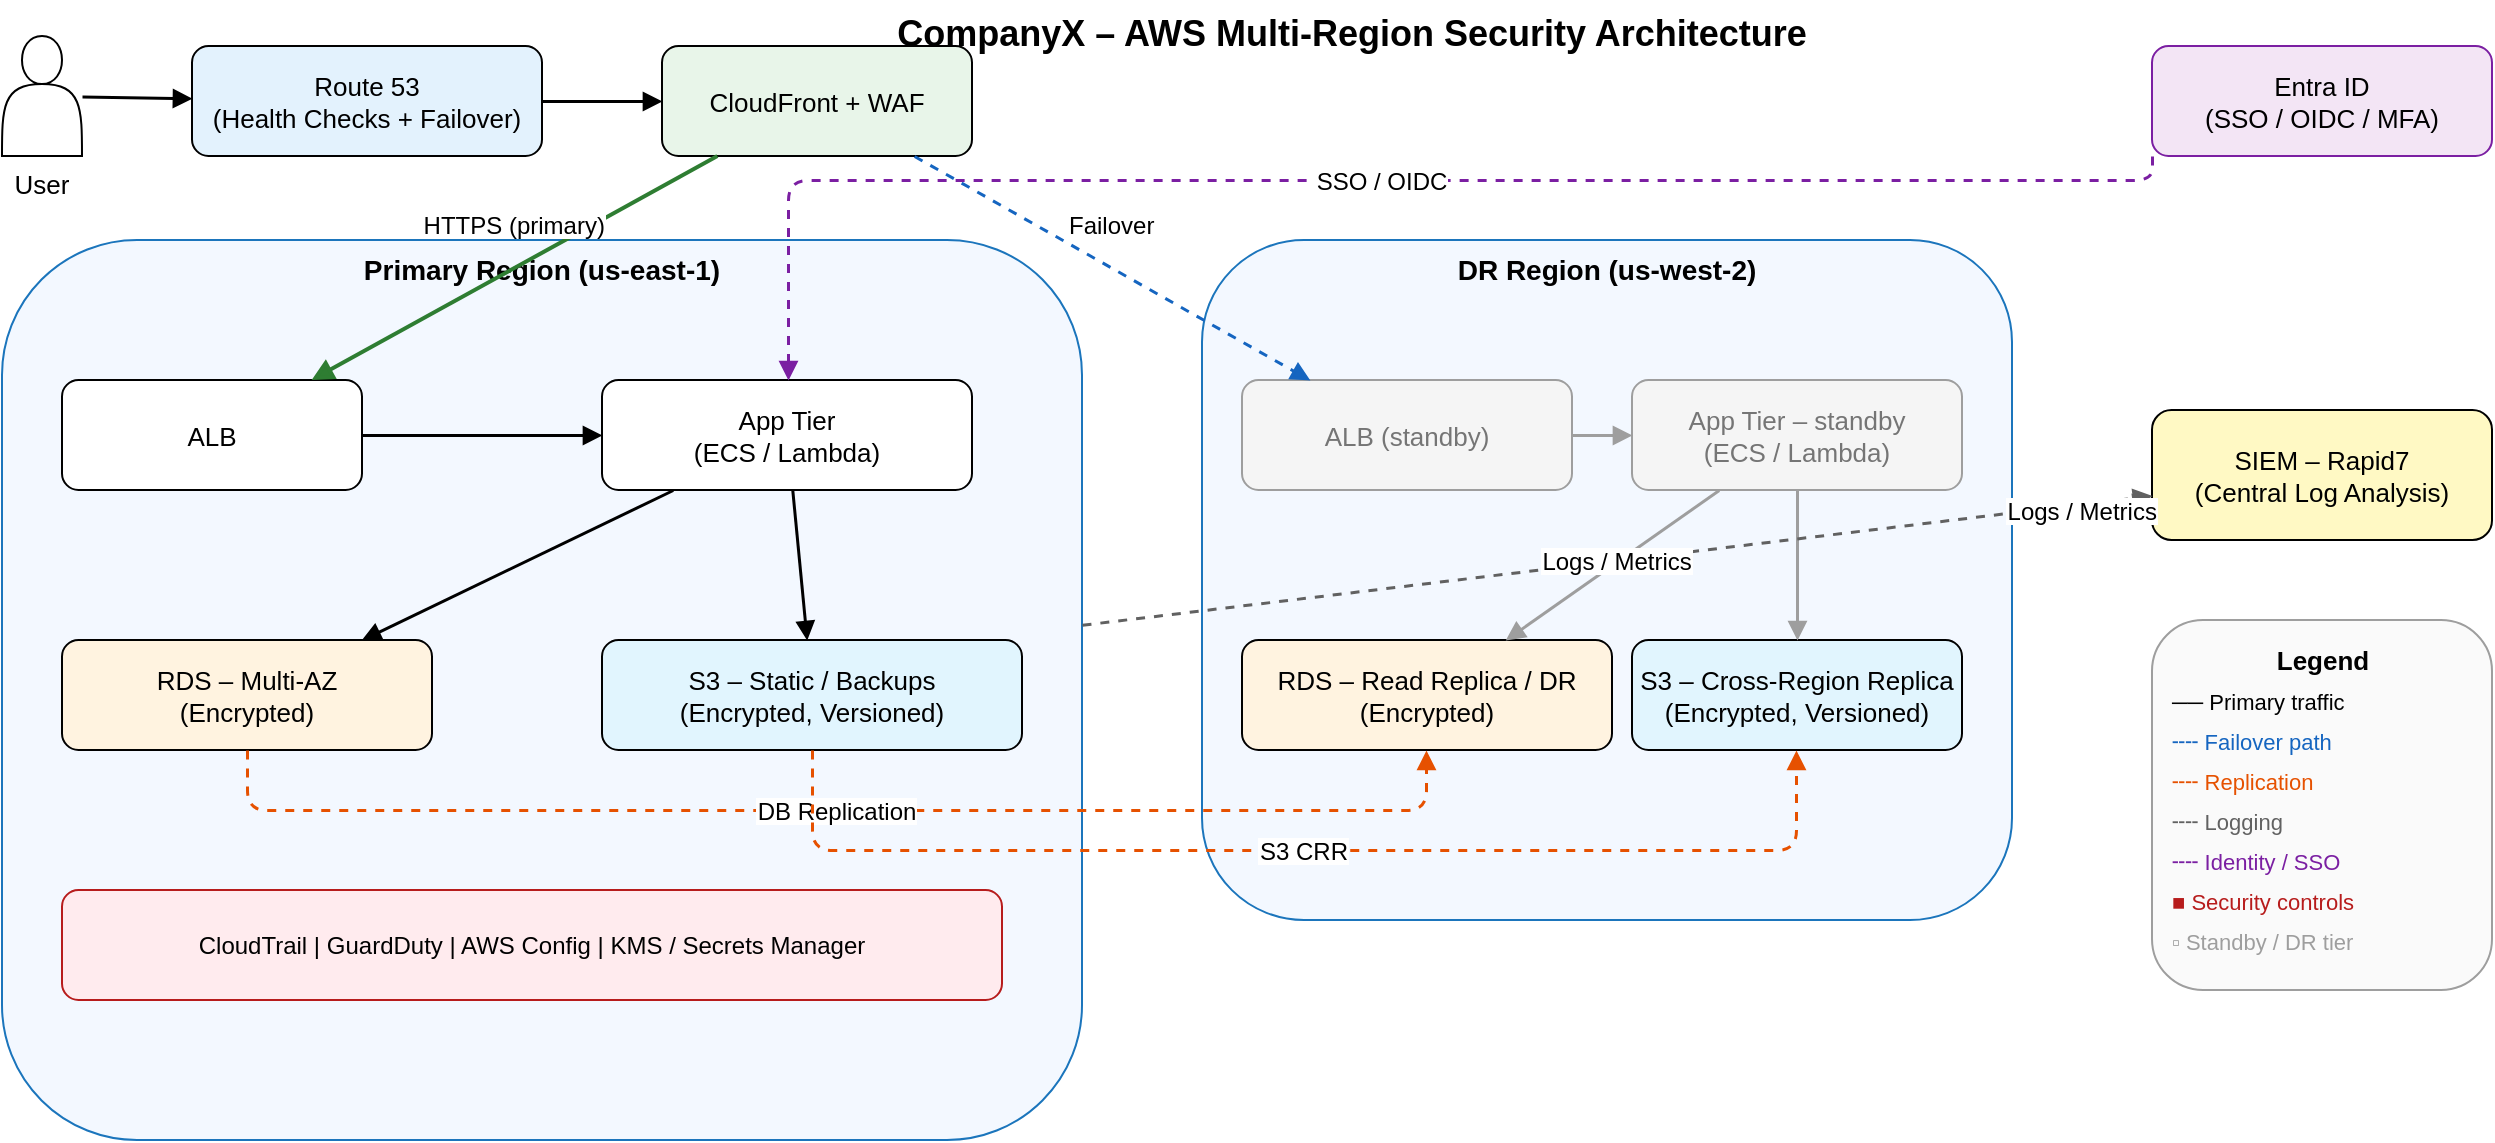
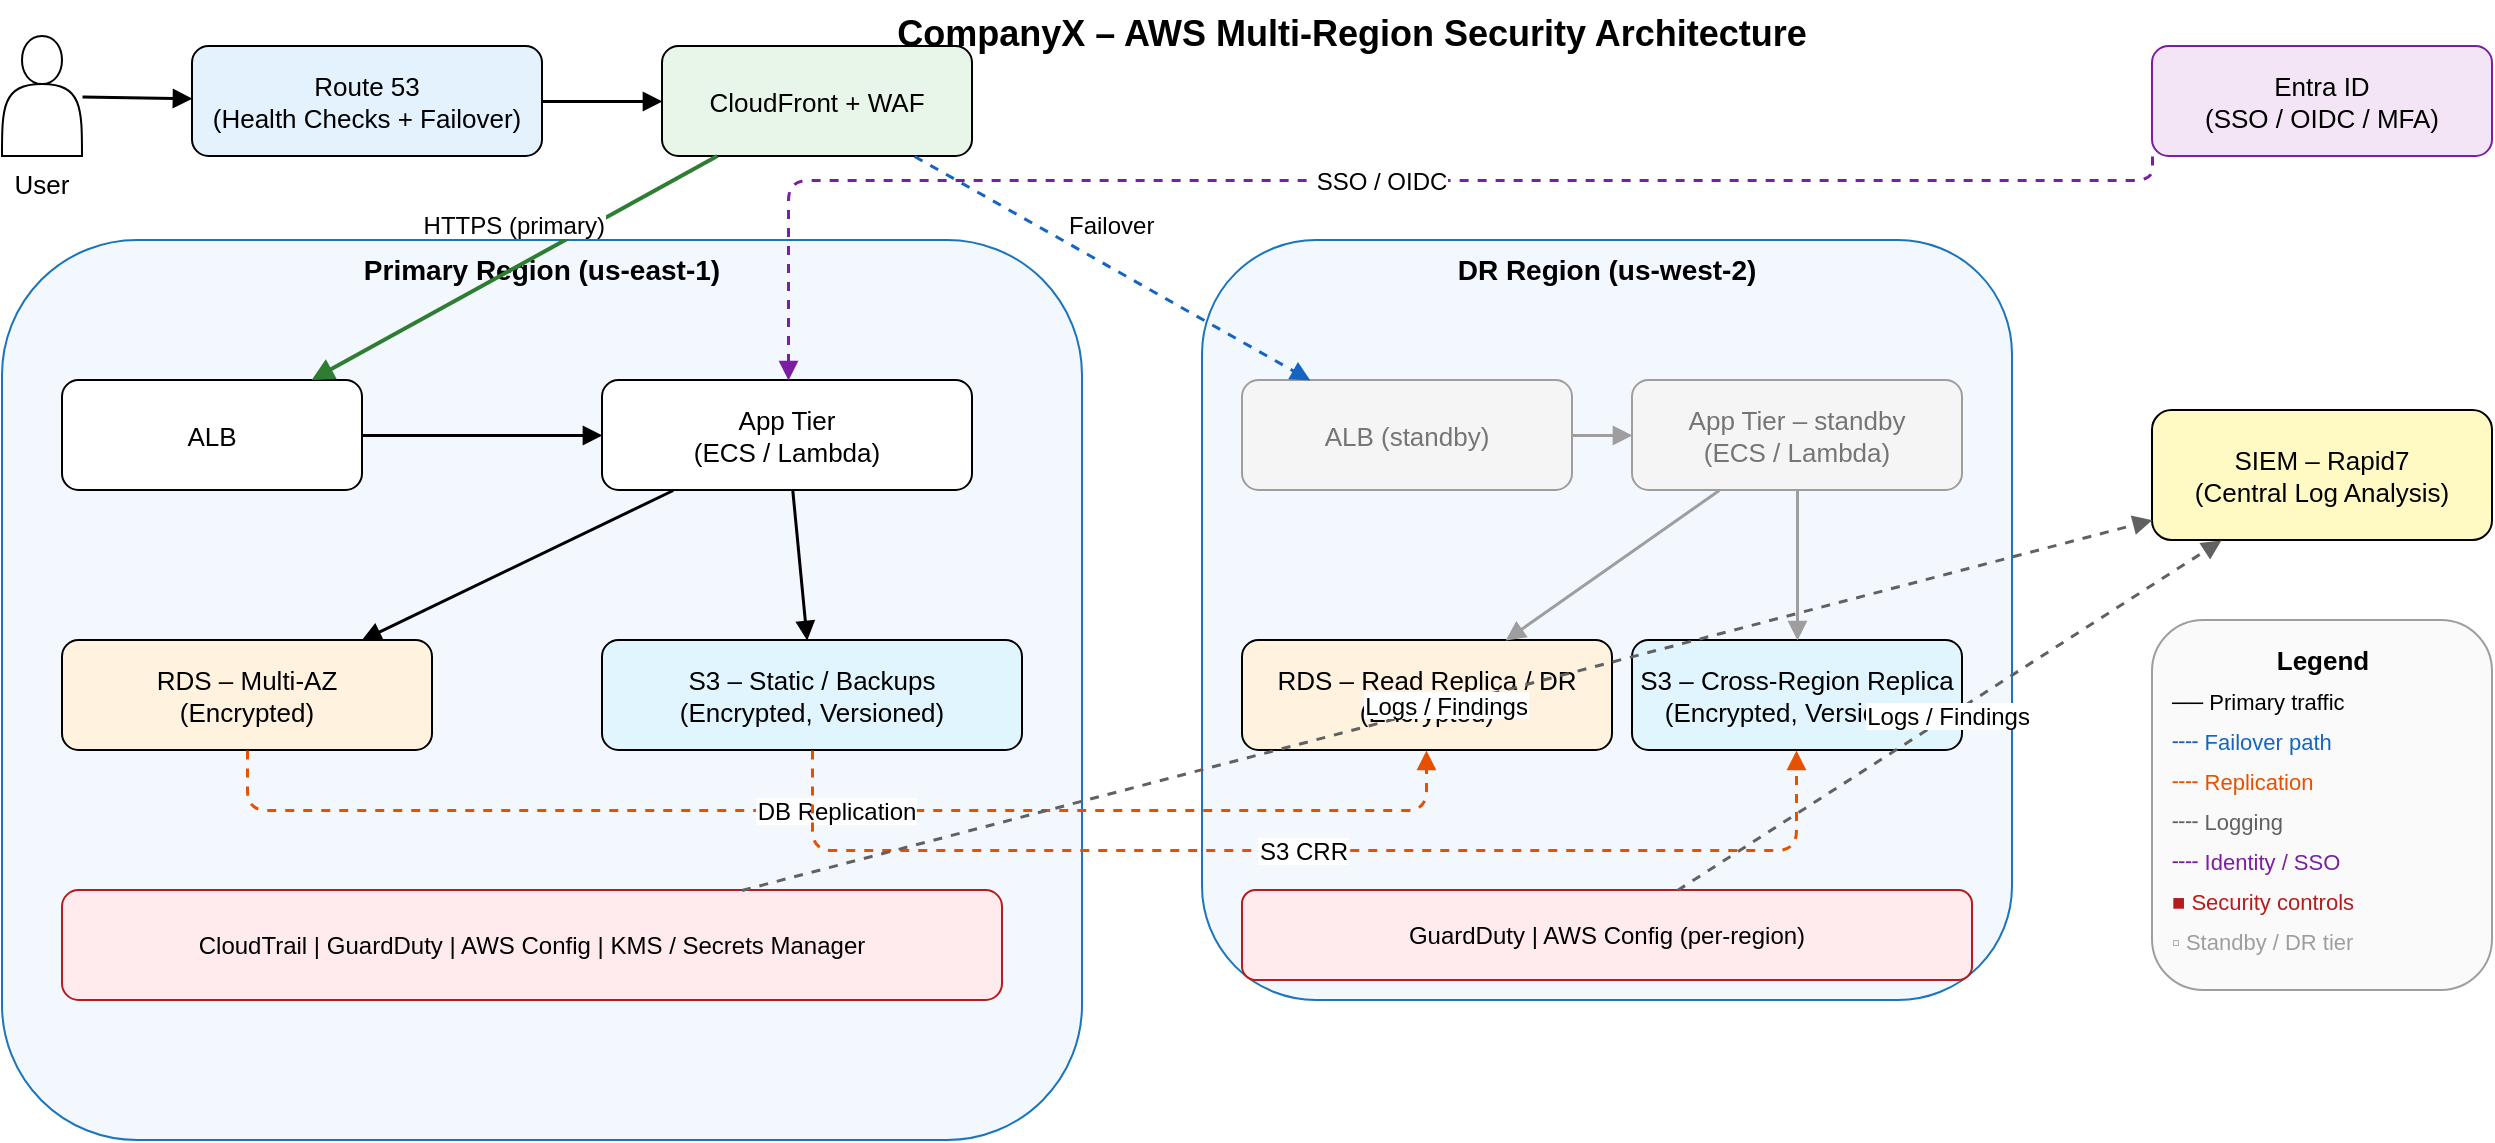
<mxfile host="Electron" agent="Mozilla/5.0 (Macintosh; Intel Mac OS X 10_15_7) AppleWebKit/537.36 (KHTML, like Gecko) draw.io/29.0.3 Chrome/140.0.7339.249 Electron/38.7.0 Safari/537.36" version="29.0.3">
  <diagram name="AWS Security Architecture" id="ISMS-AWS-Architecture">
    <mxGraphModel dx="1200" dy="800" grid="1" gridSize="10" guides="1" tooltips="1" connect="1" arrows="1" fold="1" page="1" pageScale="1" pageWidth="1400" pageHeight="900" math="0" shadow="0">
      <root>
        <mxCell id="0" />
        <mxCell id="1" parent="0" />

        <!-- Title -->
        <mxCell id="title" value="CompanyX – AWS Multi-Region Security Architecture" style="text;fontSize=18;fontStyle=1;whiteSpace=wrap;html=1;align=center;" vertex="1" parent="1">
          <mxGeometry x="430" y="10" width="540" height="30" as="geometry" />
        </mxCell>

        <!-- Internet User -->
        <mxCell id="user" value="User" style="shape=actor;whiteSpace=wrap;html=1;labelPosition=center;verticalLabelPosition=bottom;align=center;verticalAlign=top;fontSize=13;" vertex="1" parent="1">
          <mxGeometry x="25" y="28" width="40" height="60" as="geometry" />
        </mxCell>

        <!-- Route 53 -->
        <mxCell id="r53" value="Route 53&#xa;(Health Checks + Failover)" style="rounded=1;whiteSpace=wrap;html=1;strokeColor=#000000;fillColor=#E3F2FD;fontSize=13;" vertex="1" parent="1">
          <mxGeometry x="120" y="33" width="175" height="55" as="geometry" />
        </mxCell>

        <!-- CloudFront + WAF -->
        <mxCell id="cf" value="CloudFront + WAF" style="rounded=1;whiteSpace=wrap;html=1;strokeColor=#000000;fillColor=#E8F5E9;fontSize=13;" vertex="1" parent="1">
          <mxGeometry x="355" y="33" width="155" height="55" as="geometry" />
        </mxCell>

        <!-- Entra ID -->
        <mxCell id="entra" value="Entra ID&#xa;(SSO / OIDC / MFA)" style="rounded=1;whiteSpace=wrap;html=1;strokeColor=#7B1FA2;fillColor=#F3E5F5;fontSize=13;" vertex="1" parent="1">
          <mxGeometry x="1100" y="33" width="170" height="55" as="geometry" />
        </mxCell>

        <!-- SIEM -->
        <mxCell id="siem" value="SIEM – Rapid7&#xa;(Central Log Analysis)" style="rounded=1;whiteSpace=wrap;html=1;strokeColor=#000000;fillColor=#FFF9C4;fontSize=13;" vertex="1" parent="1">
          <mxGeometry x="1100" y="215" width="170" height="65" as="geometry" />
        </mxCell>

        <!-- PRIMARY REGION A -->
        <mxCell id="regionA" value="Primary Region (us-east-1)" style="rounded=1;whiteSpace=wrap;html=1;strokeColor=#1B75BC;fillColor=#F3F8FF;fontSize=14;fontStyle=1;verticalAlign=top;" vertex="1" parent="1">
          <mxGeometry x="25" y="130" width="540" height="450" as="geometry" />
        </mxCell>

        <!-- Region A: ALB -->
        <mxCell id="albA" value="ALB" style="rounded=1;whiteSpace=wrap;html=1;strokeColor=#000000;fillColor=#FFFFFF;fontSize=13;" vertex="1" parent="regionA">
          <mxGeometry x="30" y="70" width="150" height="55" as="geometry" />
        </mxCell>

        <!-- Region A: App Tier -->
        <mxCell id="appA" value="App Tier&#xa;(ECS / Lambda)" style="rounded=1;whiteSpace=wrap;html=1;strokeColor=#000000;fillColor=#FFFFFF;fontSize=13;" vertex="1" parent="regionA">
          <mxGeometry x="300" y="70" width="185" height="55" as="geometry" />
        </mxCell>

        <!-- Region A: RDS -->
        <mxCell id="rdsA" value="RDS – Multi-AZ&#xa;(Encrypted)" style="rounded=1;whiteSpace=wrap;html=1;strokeColor=#000000;fillColor=#FFF3E0;fontSize=13;" vertex="1" parent="regionA">
          <mxGeometry x="30" y="200" width="185" height="55" as="geometry" />
        </mxCell>

        <!-- Region A: S3 -->
        <mxCell id="s3A" value="S3 – Static / Backups&#xa;(Encrypted, Versioned)" style="rounded=1;whiteSpace=wrap;html=1;strokeColor=#000000;fillColor=#E1F5FE;fontSize=13;" vertex="1" parent="regionA">
          <mxGeometry x="300" y="200" width="210" height="55" as="geometry" />
        </mxCell>

        <!-- Region A: Security Controls Bar -->
        <mxCell id="secA" value="CloudTrail   |   GuardDuty   |   AWS Config   |   KMS / Secrets Manager" style="rounded=1;whiteSpace=wrap;html=1;strokeColor=#B71C1C;fillColor=#FFEBEE;fontSize=12;" vertex="1" parent="regionA">
          <mxGeometry x="30" y="325" width="470" height="55" as="geometry" />
        </mxCell>

        <!-- Region A internal edges -->
        <mxCell id="eA1" style="endArrow=block;strokeColor=#000000;strokeWidth=1.5;" edge="1" parent="regionA" source="albA" target="appA">
          <mxGeometry relative="1" as="geometry" />
        </mxCell>
        <mxCell id="eA2" style="endArrow=block;strokeColor=#000000;strokeWidth=1.5;" edge="1" parent="regionA" source="appA" target="rdsA">
          <mxGeometry relative="1" as="geometry" />
        </mxCell>
        <mxCell id="eA3" style="endArrow=block;strokeColor=#000000;strokeWidth=1.5;" edge="1" parent="regionA" source="appA" target="s3A">
          <mxGeometry relative="1" as="geometry" />
        </mxCell>

        <!-- DR REGION B -->
        <mxCell id="regionB" value="DR Region (us-west-2)" style="rounded=1;whiteSpace=wrap;html=1;strokeColor=#1B75BC;fillColor=#F3F8FF;fontSize=14;fontStyle=1;verticalAlign=top;" vertex="1" parent="1">
-           <mxGeometry x="625" y="130" width="405" height="340" as="geometry" />
+           <mxGeometry x="625" y="130" width="405" height="380" as="geometry" />
        </mxCell>

        <!-- Region B: ALB (standby) -->
        <mxCell id="albB" value="ALB (standby)" style="rounded=1;whiteSpace=wrap;html=1;strokeColor=#9E9E9E;fillColor=#F5F5F5;fontSize=13;fontColor=#757575;" vertex="1" parent="regionB">
          <mxGeometry x="20" y="70" width="165" height="55" as="geometry" />
        </mxCell>

        <!-- Region B: App Tier (standby) -->
        <mxCell id="appB" value="App Tier – standby&#xa;(ECS / Lambda)" style="rounded=1;whiteSpace=wrap;html=1;strokeColor=#9E9E9E;fillColor=#F5F5F5;fontSize=13;fontColor=#757575;" vertex="1" parent="regionB">
          <mxGeometry x="215" y="70" width="165" height="55" as="geometry" />
        </mxCell>

        <!-- Region B: RDS Replica -->
        <mxCell id="rdsB" value="RDS – Read Replica / DR&#xa;(Encrypted)" style="rounded=1;whiteSpace=wrap;html=1;strokeColor=#000000;fillColor=#FFF3E0;fontSize=13;" vertex="1" parent="regionB">
          <mxGeometry x="20" y="200" width="185" height="55" as="geometry" />
        </mxCell>

        <!-- Region B: S3 CRR -->
        <mxCell id="s3B" value="S3 – Cross-Region Replica&#xa;(Encrypted, Versioned)" style="rounded=1;whiteSpace=wrap;html=1;strokeColor=#000000;fillColor=#E1F5FE;fontSize=13;" vertex="1" parent="regionB">
          <mxGeometry x="215" y="200" width="165" height="55" as="geometry" />
+         </mxCell>
+ 
+         <!-- Region B: Security Controls Bar -->
+         <mxCell id="secB" value="GuardDuty   |   AWS Config (per-region)" style="rounded=1;whiteSpace=wrap;html=1;strokeColor=#B71C1C;fillColor=#FFEBEE;fontSize=12;" vertex="1" parent="regionB">
+           <mxGeometry x="20" y="325" width="365" height="45" as="geometry" />
        </mxCell>

        <!-- Region B internal edges -->
        <mxCell id="eB1" style="endArrow=block;strokeColor=#9E9E9E;strokeWidth=1.5;" edge="1" parent="regionB" source="albB" target="appB">
          <mxGeometry relative="1" as="geometry" />
        </mxCell>
        <mxCell id="eB2" style="endArrow=block;strokeColor=#9E9E9E;strokeWidth=1.5;" edge="1" parent="regionB" source="appB" target="rdsB">
          <mxGeometry relative="1" as="geometry" />
        </mxCell>
        <mxCell id="eB3" style="endArrow=block;strokeColor=#9E9E9E;strokeWidth=1.5;" edge="1" parent="regionB" source="appB" target="s3B">
          <mxGeometry relative="1" as="geometry" />
        </mxCell>

        <!-- Traffic flow: User → Route 53 → CloudFront -->
        <mxCell id="e-user-r53" style="endArrow=block;strokeColor=#000000;strokeWidth=1.5;" edge="1" parent="1" source="user" target="r53">
          <mxGeometry relative="1" as="geometry" />
        </mxCell>
        <mxCell id="e-r53-cf" style="endArrow=block;strokeColor=#000000;strokeWidth=1.5;" edge="1" parent="1" source="r53" target="cf">
          <mxGeometry relative="1" as="geometry" />
        </mxCell>

        <!-- CloudFront → ALB A (primary) -->
        <mxCell id="e-cf-albA" value="HTTPS (primary)" style="endArrow=block;strokeColor=#2E7D32;strokeWidth=2;labelBackgroundColor=#FFFFFF;fontSize=12;" edge="1" parent="1" source="cf" target="albA">
          <mxGeometry relative="1" as="geometry">
            <mxPoint as="offset" x="0" y="-22" />
          </mxGeometry>
        </mxCell>

        <!-- CloudFront → ALB B (failover) -->
        <mxCell id="e-cf-albB" value="Failover" style="endArrow=block;dashed=1;strokeColor=#1565C0;strokeWidth=1.5;labelBackgroundColor=#FFFFFF;fontSize=12;" edge="1" parent="1" source="cf" target="albB">
          <mxGeometry relative="1" as="geometry">
            <mxPoint as="offset" x="0" y="-22" />
          </mxGeometry>
        </mxCell>

        <!-- Cross-region: DB Replication (routed below data tier) -->
        <mxCell id="e-rds-rep" value="DB Replication" style="endArrow=block;dashed=1;strokeColor=#E65100;strokeWidth=1.5;labelBackgroundColor=#FFFFFF;fontSize=12;edgeStyle=orthogonalEdgeStyle;" edge="1" parent="1" source="rdsA" target="rdsB">
          <mxGeometry relative="1" as="geometry">
            <Array as="points">
              <mxPoint x="147" y="415" />
              <mxPoint x="737" y="415" />
            </Array>
          </mxGeometry>
        </mxCell>

        <!-- Cross-region: S3 CRR (routed below data tier) -->
        <mxCell id="e-s3-crr" value="S3 CRR" style="endArrow=block;dashed=1;strokeColor=#E65100;strokeWidth=1.5;labelBackgroundColor=#FFFFFF;fontSize=12;edgeStyle=orthogonalEdgeStyle;" edge="1" parent="1" source="s3A" target="s3B">
          <mxGeometry relative="1" as="geometry">
            <Array as="points">
              <mxPoint x="430" y="435" />
              <mxPoint x="922" y="435" />
            </Array>
          </mxGeometry>
        </mxCell>

-         <!-- Logging: Region A → SIEM -->
-         <mxCell id="e-logA" value="Logs / Metrics" style="endArrow=block;dashed=1;strokeColor=#616161;strokeWidth=1.5;labelBackgroundColor=#FFFFFF;fontSize=12;" edge="1" parent="1" source="regionA" target="siem">
-           <mxGeometry relative="1" as="geometry" />
-         </mxCell>
- 
-         <!-- Logging: Region B → SIEM -->
-         <mxCell id="e-logB" value="Logs / Metrics" style="endArrow=block;dashed=1;strokeColor=#616161;strokeWidth=1.5;labelBackgroundColor=#FFFFFF;fontSize=12;" edge="1" parent="1" source="regionB" target="siem">
+         <!-- Logging: Security controls (Region A) → SIEM -->
+         <mxCell id="e-logA" value="Logs / Findings" style="endArrow=block;dashed=1;strokeColor=#616161;strokeWidth=1.5;labelBackgroundColor=#FFFFFF;fontSize=12;" edge="1" parent="1" source="secA" target="siem">
+           <mxGeometry relative="1" as="geometry" />
+         </mxCell>
+ 
+         <!-- Logging: Security controls (Region B) → SIEM -->
+         <mxCell id="e-logB" value="Logs / Findings" style="endArrow=block;dashed=1;strokeColor=#616161;strokeWidth=1.5;labelBackgroundColor=#FFFFFF;fontSize=12;" edge="1" parent="1" source="secB" target="siem">
          <mxGeometry relative="1" as="geometry" />
        </mxCell>

        <!-- Identity: Entra ID → App Tier A (routed above regions along top) -->
        <mxCell id="e-entra-app" value="SSO / OIDC" style="endArrow=block;dashed=1;strokeColor=#7B1FA2;strokeWidth=1.5;labelBackgroundColor=#FFFFFF;fontSize=12;edgeStyle=orthogonalEdgeStyle;" edge="1" parent="1" source="entra" target="appA">
          <mxGeometry relative="1" as="geometry">
            <Array as="points">
              <mxPoint x="1100" y="100" />
              <mxPoint x="418" y="100" />
            </Array>
          </mxGeometry>
        </mxCell>

        <!-- Legend box -->
        <mxCell id="legend" value="" style="rounded=1;whiteSpace=wrap;html=1;strokeColor=#9E9E9E;fillColor=#FAFAFA;" vertex="1" parent="1">
          <mxGeometry x="1100" y="320" width="170" height="185" as="geometry" />
        </mxCell>
        <mxCell id="leg-title" value="Legend" style="text;fontSize=13;fontStyle=1;html=1;align=center;" vertex="1" parent="1">
          <mxGeometry x="1150" y="326" width="70" height="20" as="geometry" />
        </mxCell>
        <mxCell id="leg-1" value="── Primary traffic" style="text;fontSize=11;html=1;" vertex="1" parent="1">
          <mxGeometry x="1108" y="348" width="155" height="18" as="geometry" />
        </mxCell>
        <mxCell id="leg-2" value="╌╌ Failover path" style="text;fontSize=11;html=1;fontColor=#1565C0;" vertex="1" parent="1">
          <mxGeometry x="1108" y="368" width="155" height="18" as="geometry" />
        </mxCell>
        <mxCell id="leg-3" value="╌╌ Replication" style="text;fontSize=11;html=1;fontColor=#E65100;" vertex="1" parent="1">
          <mxGeometry x="1108" y="388" width="155" height="18" as="geometry" />
        </mxCell>
        <mxCell id="leg-4" value="╌╌ Logging" style="text;fontSize=11;html=1;fontColor=#616161;" vertex="1" parent="1">
          <mxGeometry x="1108" y="408" width="155" height="18" as="geometry" />
        </mxCell>
        <mxCell id="leg-5" value="╌╌ Identity / SSO" style="text;fontSize=11;html=1;fontColor=#7B1FA2;" vertex="1" parent="1">
          <mxGeometry x="1108" y="428" width="155" height="18" as="geometry" />
        </mxCell>
        <mxCell id="leg-6" value="■ Security controls" style="text;fontSize=11;html=1;fontColor=#B71C1C;" vertex="1" parent="1">
          <mxGeometry x="1108" y="448" width="155" height="18" as="geometry" />
        </mxCell>
        <mxCell id="leg-7" value="▫ Standby / DR tier" style="text;fontSize=11;html=1;fontColor=#9E9E9E;" vertex="1" parent="1">
          <mxGeometry x="1108" y="468" width="155" height="18" as="geometry" />
        </mxCell>

      </root>
    </mxGraphModel>
  </diagram>
</mxfile>
